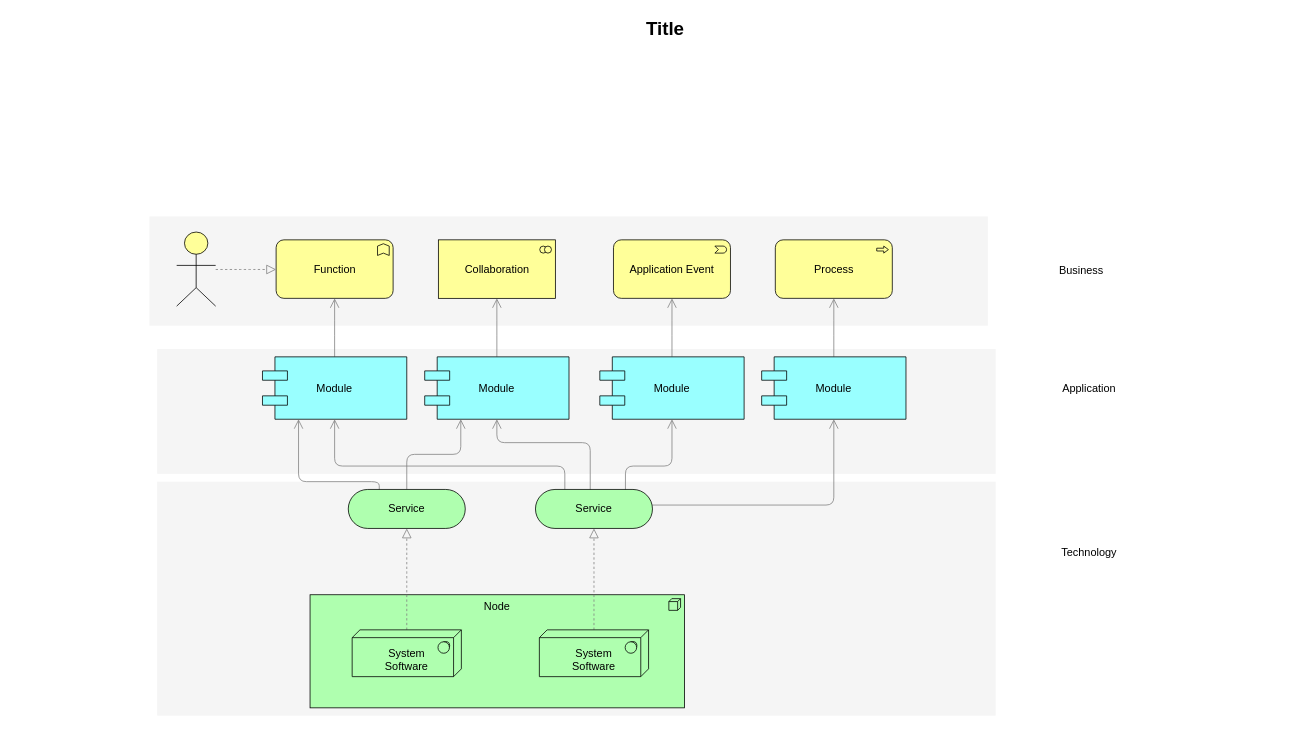
This is DOCKER/Introduction/Untitled Diagram.drawio from PankajSAgarwal/Devops, a draw.io file, before an edit. Source tidied: cells renumbered, new cells numbered last; positions are measured from the earlier drawing's top-left corner, leaving out a move shared by most shapes. Both pictures are drawn from the tidied source at 78%, with x=0, y=0 at pixel (44, 13).
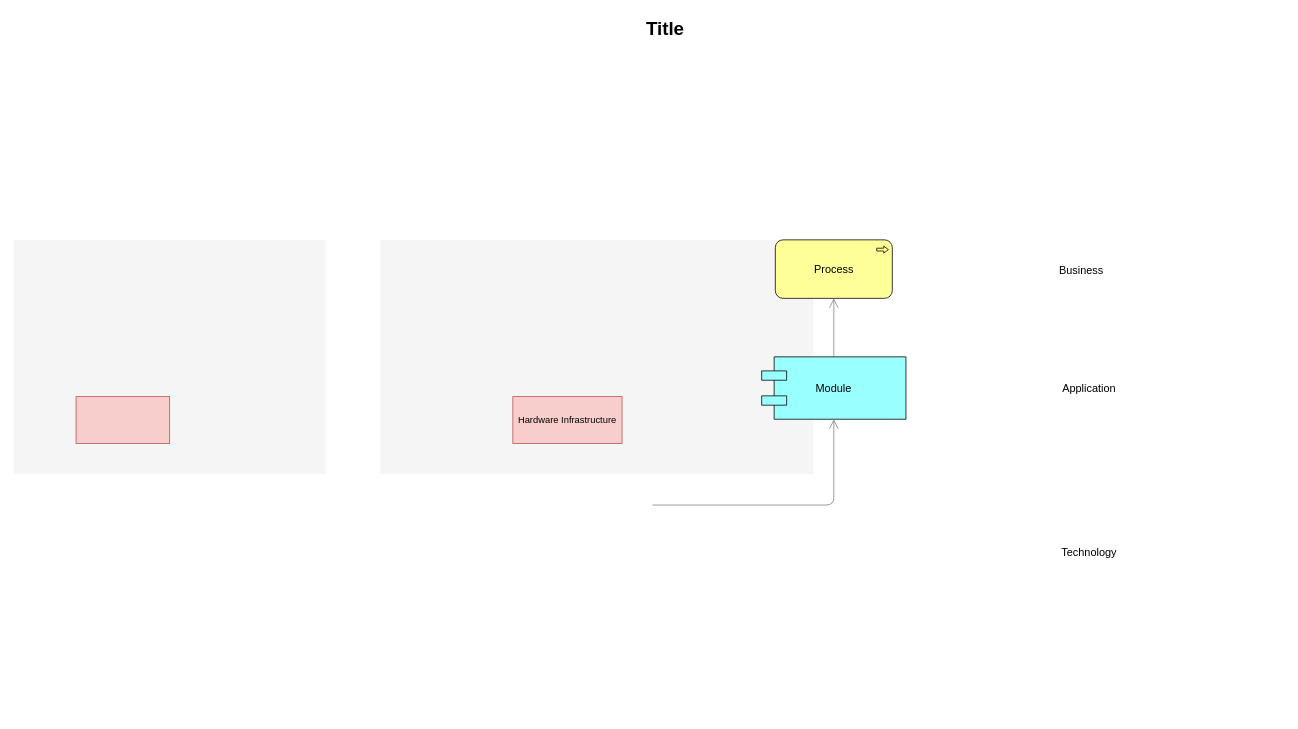
The same diagram, later.

Commit message:
Containers vs Virtual Machines

Unchanged cells that the change refers to:
```xml
<mxCell id="25" value="Module" style="shape=component;align=center;fillColor=#99ffff;gradientColor=none;fontSize=14;" parent="1" vertex="1">
  <mxGeometry x="919" y="440" width="185" height="80" as="geometry" />
</mxCell>
```

Change to the diagram source:
```diff
@@
     <mxCell id="2" style="whiteSpace=wrap;html=1;strokeColor=none;strokeWidth=1;fillColor=#f5f5f5;fontSize=14;" parent="1" vertex="1">
-      <mxGeometry x="144" y="600" width="1075" height="300" as="geometry" />
+      <mxGeometry x="430" y="290" width="555" height="300" as="geometry" />
     </mxCell>
     <mxCell id="3" style="whiteSpace=wrap;html=1;strokeColor=none;strokeWidth=1;fillColor=#f5f5f5;fontSize=14;" parent="1" vertex="1">
-      <mxGeometry x="144" y="430" width="1075" height="160" as="geometry" />
+      <mxGeometry x="-40" y="290" width="400" height="300" as="geometry" />
     </mxCell>
-    <mxCell id="4" style="whiteSpace=wrap;html=1;strokeColor=none;strokeWidth=1;fillColor=#f5f5f5;fontSize=14;" parent="1" vertex="1">
-      <mxGeometry x="134" y="260" width="1075" height="140" as="geometry" />
-    </mxCell>
-    <mxCell id="5" value="Node" style="html=1;whiteSpace=wrap;fillColor=#AFFFAF;shape=mxgraph.archimate3.application;appType=node;archiType=square;fontSize=14;verticalAlign=top;" parent="1" vertex="1">
-      <mxGeometry x="340" y="745" width="480" height="145" as="geometry" />
-    </mxCell>
-    <mxCell id="6" style="edgeStyle=elbowEdgeStyle;rounded=1;elbow=vertical;html=1;startSize=10;endArrow=block;endFill=0;endSize=10;jettySize=auto;strokeColor=#808080;fontSize=14;dashed=1;" parent="1" edge="1" source="7" target="12">
-      <mxGeometry relative="1" as="geometry" />
-    </mxCell>
-    <mxCell id="7" value="&lt;div&gt;&lt;br&gt;&lt;/div&gt;System&lt;div&gt;Software&lt;/div&gt;" style="html=1;whiteSpace=wrap;fillColor=#AFFFAF;shape=mxgraph.archimate3.tech;techType=sysSw;fontSize=14;" parent="1" vertex="1">
-      <mxGeometry x="394" y="790" width="140" height="60" as="geometry" />
-    </mxCell>
-    <mxCell id="8" style="edgeStyle=elbowEdgeStyle;rounded=1;elbow=vertical;html=1;startSize=10;endArrow=block;endFill=0;endSize=10;jettySize=auto;strokeColor=#808080;fontSize=14;dashed=1;" parent="1" edge="1" source="9" target="17">
-      <mxGeometry relative="1" as="geometry" />
-    </mxCell>
-    <mxCell id="9" value="&lt;div&gt;&lt;br&gt;&lt;/div&gt;&lt;div&gt;&lt;span&gt;System&lt;/span&gt;&lt;div&gt;Software&lt;/div&gt;&lt;/div&gt;" style="html=1;whiteSpace=wrap;fillColor=#AFFFAF;shape=mxgraph.archimate3.tech;techType=sysSw;fontSize=14;" parent="1" vertex="1">
-      <mxGeometry x="634" y="790" width="140" height="60" as="geometry" />
-    </mxCell>
-    <mxCell id="10" style="edgeStyle=elbowEdgeStyle;rounded=1;elbow=vertical;html=1;startSize=10;endArrow=open;endFill=0;endSize=10;jettySize=auto;strokeColor=#808080;fontSize=14;entryX=0.25;entryY=1;" parent="1" edge="1" source="12" target="21">
-      <mxGeometry relative="1" as="geometry" />
-    </mxCell>
-    <mxCell id="11" style="edgeStyle=elbowEdgeStyle;rounded=1;elbow=vertical;html=1;startSize=10;endArrow=open;endFill=0;endSize=10;jettySize=auto;strokeColor=#808080;fontSize=14;entryX=0.25;entryY=1;exitX=0.265;exitY=0.007;exitPerimeter=0;" parent="1" edge="1" source="12" target="19">
-      <mxGeometry relative="1" as="geometry">
-        <Array as="points">
-          <mxPoint x="372" y="600" />
-        </Array>
-      </mxGeometry>
-    </mxCell>
-    <mxCell id="12" value="Service" style="html=1;whiteSpace=wrap;fillColor=#AFFFAF;shape=mxgraph.archimate3.service;fontSize=14;" parent="1" vertex="1">
-      <mxGeometry x="389" y="610" width="150" height="50" as="geometry" />
-    </mxCell>
-    <mxCell id="13" style="edgeStyle=elbowEdgeStyle;rounded=1;elbow=vertical;html=1;startSize=10;endArrow=open;endFill=0;endSize=10;jettySize=auto;strokeColor=#808080;fontSize=14;" parent="1" edge="1" source="17" target="25">
+    <mxCell id="13" style="edgeStyle=elbowEdgeStyle;rounded=1;elbow=vertical;html=1;startSize=10;endArrow=open;endFill=0;endSize=10;jettySize=auto;strokeColor=#808080;fontSize=14;" parent="1" edge="1" target="25">
       <mxGeometry relative="1" as="geometry">
+        <mxPoint x="779" y="630" as="sourcePoint" />
         <Array as="points">
           <mxPoint x="859" y="630" />
         </Array>
       </mxGeometry>
     </mxCell>
-    <mxCell id="14" style="edgeStyle=elbowEdgeStyle;rounded=1;elbow=vertical;html=1;startSize=10;endArrow=open;endFill=0;endSize=10;jettySize=auto;strokeColor=#808080;fontSize=14;entryX=0.5;entryY=1;exitX=0.769;exitY=0.025;exitPerimeter=0;" parent="1" edge="1" source="17" target="23">
-      <mxGeometry relative="1" as="geometry">
-        <Array as="points">
-          <mxPoint x="759" y="580" />
-        </Array>
-      </mxGeometry>
-    </mxCell>
-    <mxCell id="15" style="edgeStyle=elbowEdgeStyle;rounded=1;elbow=vertical;html=1;startSize=10;endArrow=open;endFill=0;endSize=10;jettySize=auto;strokeColor=#808080;fontSize=14;entryX=0.5;entryY=1;exitX=0.468;exitY=0.025;exitPerimeter=0;" parent="1" edge="1" source="17" target="21">
-      <mxGeometry relative="1" as="geometry">
-        <Array as="points">
-          <mxPoint x="649" y="550" />
-        </Array>
-      </mxGeometry>
-    </mxCell>
-    <mxCell id="16" style="edgeStyle=elbowEdgeStyle;rounded=1;elbow=vertical;html=1;startSize=10;endArrow=open;endFill=0;endSize=10;jettySize=auto;strokeColor=#808080;fontSize=14;exitX=0.251;exitY=0.002;exitPerimeter=0;" parent="1" edge="1" source="17" target="19">
-      <mxGeometry relative="1" as="geometry">
-        <Array as="points">
-          <mxPoint x="539" y="580" />
-        </Array>
-      </mxGeometry>
-    </mxCell>
-    <mxCell id="17" value="Service" style="html=1;whiteSpace=wrap;fillColor=#AFFFAF;shape=mxgraph.archimate3.service;fontSize=14;" parent="1" vertex="1">
-      <mxGeometry x="629" y="610" width="150" height="50" as="geometry" />
-    </mxCell>
-    <mxCell id="18" style="edgeStyle=elbowEdgeStyle;rounded=1;elbow=vertical;html=1;startSize=10;endArrow=open;endFill=0;endSize=10;jettySize=auto;strokeColor=#808080;fontSize=14;" parent="1" edge="1" source="19" target="26">
-      <mxGeometry relative="1" as="geometry" />
-    </mxCell>
-    <mxCell id="19" value="Module" style="shape=component;align=center;fillColor=#99ffff;gradientColor=none;fontSize=14;" parent="1" vertex="1">
-      <mxGeometry x="279" y="440" width="185" height="80" as="geometry" />
-    </mxCell>
-    <mxCell id="20" style="edgeStyle=elbowEdgeStyle;rounded=1;elbow=vertical;html=1;startSize=10;endArrow=open;endFill=0;endSize=10;jettySize=auto;strokeColor=#808080;fontSize=14;" parent="1" edge="1" source="21" target="27">
-      <mxGeometry relative="1" as="geometry" />
-    </mxCell>
-    <mxCell id="21" value="Module" style="shape=component;align=center;fillColor=#99ffff;gradientColor=none;fontSize=14;" parent="1" vertex="1">
-      <mxGeometry x="487" y="440" width="185" height="80" as="geometry" />
-    </mxCell>
-    <mxCell id="22" style="edgeStyle=elbowEdgeStyle;rounded=1;elbow=vertical;html=1;startSize=10;endArrow=open;endFill=0;endSize=10;jettySize=auto;strokeColor=#808080;fontSize=14;" parent="1" edge="1" source="23" target="28">
-      <mxGeometry relative="1" as="geometry" />
-    </mxCell>
-    <mxCell id="23" value="Module" style="shape=component;align=center;fillColor=#99ffff;gradientColor=none;fontSize=14;" parent="1" vertex="1">
-      <mxGeometry x="711.5" y="440" width="185" height="80" as="geometry" />
-    </mxCell>
@@
-    <mxCell id="26" value="Function" style="html=1;whiteSpace=wrap;fillColor=#ffff99;shape=mxgraph.archimate3.application;appType=func;archiType=rounded;fontSize=14;" parent="1" vertex="1">
-      <mxGeometry x="296.5" y="290" width="150" height="75" as="geometry" />
-    </mxCell>
-    <mxCell id="27" value="Collaboration" style="html=1;whiteSpace=wrap;fillColor=#ffff99;shape=mxgraph.archimate3.application;appType=collab;archiType=square;fontSize=14;" parent="1" vertex="1">
-      <mxGeometry x="504.5" y="290" width="150" height="75" as="geometry" />
-    </mxCell>
-    <mxCell id="28" value="Application Event" style="html=1;whiteSpace=wrap;fillColor=#ffff99;shape=mxgraph.archimate3.application;appType=event;archiType=rounded;fontSize=14;" parent="1" vertex="1">
-      <mxGeometry x="729" y="290" width="150" height="75" as="geometry" />
-    </mxCell>
@@
-    <mxCell id="33" style="edgeStyle=elbowEdgeStyle;rounded=1;elbow=vertical;html=1;dashed=1;startSize=10;endArrow=block;endFill=0;endSize=10;jettySize=auto;strokeColor=#808080;fontSize=14;" parent="1" edge="1" source="34" target="26">
-      <mxGeometry relative="1" as="geometry" />
-    </mxCell>
-    <mxCell id="34" style="html=1;whiteSpace=wrap;fillColor=#ffff99;shape=mxgraph.archimate3.actor;fontSize=14;" parent="1" vertex="1">
-      <mxGeometry x="169" y="280" width="50" height="95" as="geometry" />
-    </mxCell>
@@
+    <mxCell id="36" style="rounded=0;whiteSpace=wrap;html=1;fillColor=#f8cecc;strokeColor=#b85450;" parent="1" vertex="1">
+      <mxGeometry x="40" y="491" width="120" height="60" as="geometry" />
+    </mxCell>
+    <mxCell id="37" value="Hardware Infrastructure" style="rounded=0;whiteSpace=wrap;html=1;fillColor=#f8cecc;strokeColor=#b85450;" parent="1" vertex="1">
+      <mxGeometry x="600" y="491" width="140" height="60" as="geometry" />
+    </mxCell>
```
